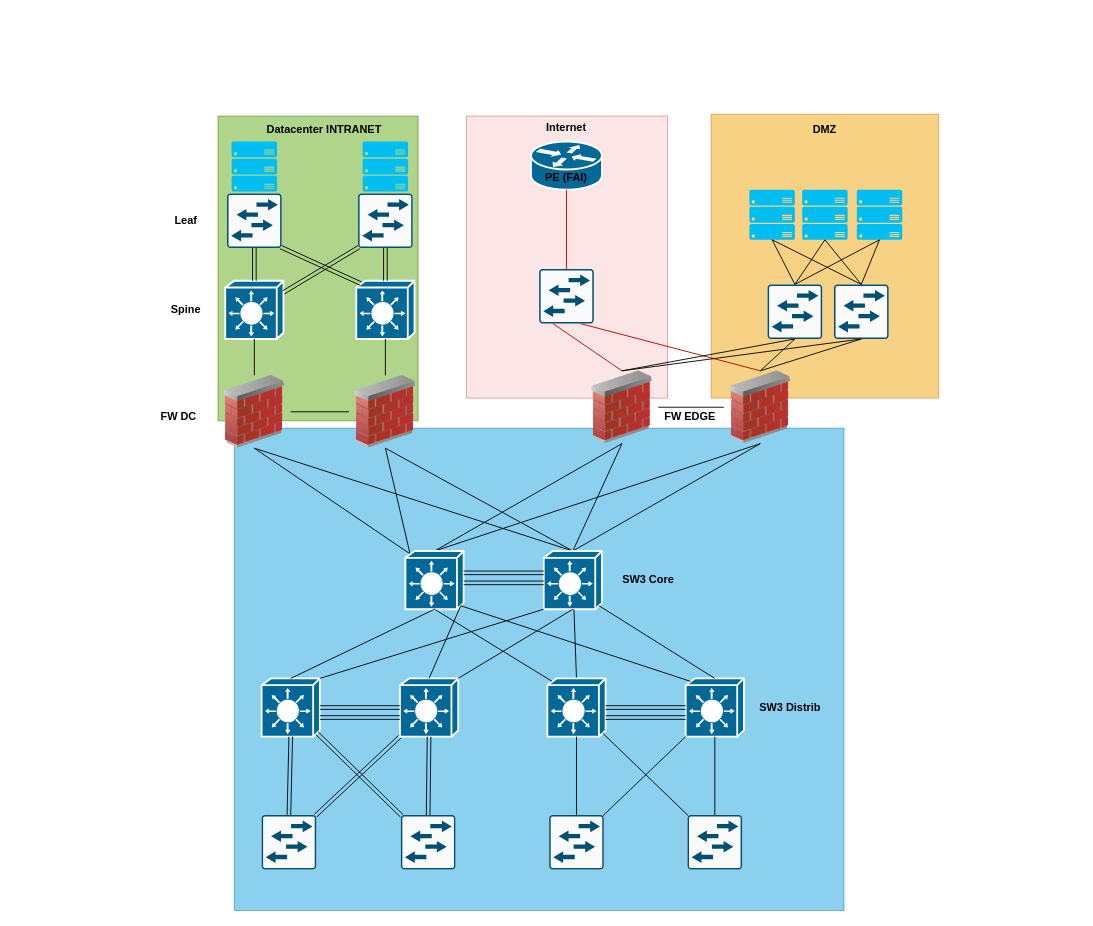
Above: page "Cas simple" (2 of 3) of ARCHI.drawio in egoMasa/HomeLab (draw.io), before the change. Source tidied: cells renumbered, new cells numbered last; positions are measured from the earlier drawing's top-left corner, leaving out a move shared by most shapes. Both pictures are drawn from the tidied source at 91%, with x=0, y=0 at pixel (139, 114). Pictures stored in the file or linked from it are replaced by grey dashed boxes.
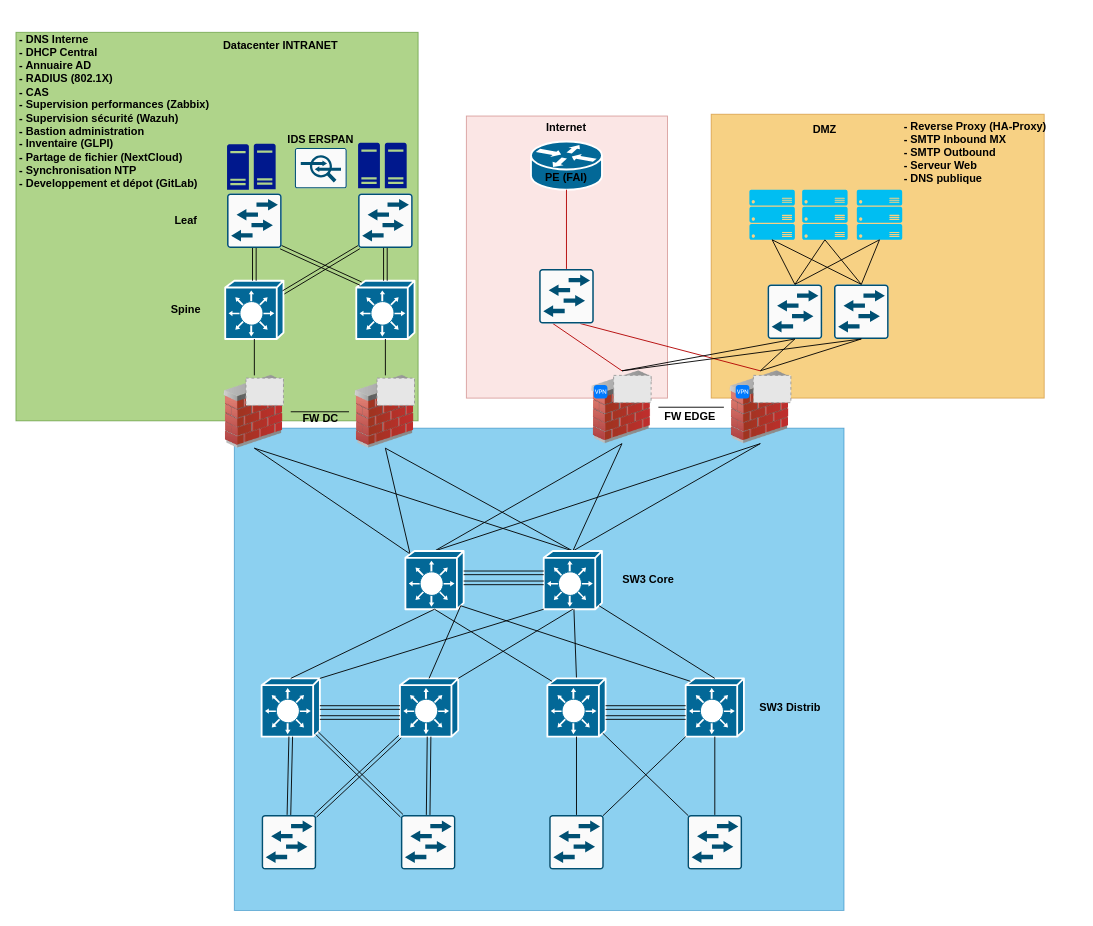
Above is the later version.

Commit message:
Mettre à jour ARCHI.drawio

Change to the diagram source:
```diff
@@
     <mxCell id="2" style="whiteSpace=wrap;html=1;fillColor=#f0a30a;strokeColor=#BD7000;opacity=50;fontColor=#000000;" parent="1" vertex="1">
-      <mxGeometry x="628" width="250" height="312" as="geometry" />
+      <mxGeometry x="628" width="366" height="312" as="geometry" />
     </mxCell>
@@
     <mxCell id="4" style="whiteSpace=wrap;html=1;fillColor=#60a917;strokeColor=#2D7600;opacity=50;fontColor=#ffffff;" parent="1" vertex="1">
-      <mxGeometry x="86" y="2" width="220" height="335" as="geometry" />
+      <mxGeometry x="-136" y="-90" width="442" height="427" as="geometry" />
     </mxCell>
@@
     <mxCell id="51" value="Datacenter INTRANET" style="text;strokeColor=none;align=center;fillColor=none;html=1;verticalAlign=middle;whiteSpace=wrap;rounded=0;fontStyle=1;" parent="1" vertex="1">
-      <mxGeometry x="133" y="2" width="140" height="30" as="geometry" />
+      <mxGeometry x="85" y="-90" width="140" height="30" as="geometry" />
     </mxCell>
@@
     <mxCell id="60" value="FW DC" style="text;strokeColor=none;align=center;fillColor=none;html=1;verticalAlign=middle;whiteSpace=wrap;rounded=0;fontStyle=1;" parent="1" vertex="1">
-      <mxGeometry y="317" width="86" height="30" as="geometry" />
+      <mxGeometry x="156" y="320" width="86" height="30" as="geometry" />
     </mxCell>
@@
-    <mxCell id="78" style="verticalLabelPosition=bottom;html=1;verticalAlign=top;align=center;strokeColor=none;fillColor=#00BEF2;shape=mxgraph.azure.server_rack;" parent="1" vertex="1">
-      <mxGeometry x="245" y="30" width="50" height="55" as="geometry" />
-    </mxCell>
-    <mxCell id="79" style="verticalLabelPosition=bottom;html=1;verticalAlign=top;align=center;strokeColor=none;fillColor=#00BEF2;shape=mxgraph.azure.server_rack;" parent="1" vertex="1">
-      <mxGeometry x="101" y="30" width="50" height="55" as="geometry" />
-    </mxCell>
@@
+    <mxCell id="94" style="sketch=0;verticalLabelPosition=bottom;html=1;verticalAlign=top;align=center;shape=mxgraph.cisco19.rect;prIcon=ips_ids;fillColor=#FAFAFA;strokeColor=#005073;" parent="1" vertex="1">
+      <mxGeometry x="170.5" y="37" width="57" height="44.5" as="geometry" />
+    </mxCell>
+    <mxCell id="95" value="IDS ERSPAN" style="text;strokeColor=none;align=center;fillColor=none;html=1;verticalAlign=middle;whiteSpace=wrap;rounded=0;fontStyle=1;" parent="1" vertex="1">
+      <mxGeometry x="154" y="12.5" width="90" height="30" as="geometry" />
+    </mxCell>
+    <mxCell id="96" style="fillColor=#E6E6E6;strokeColor=#999999;dashed=1;verticalLabelPosition=bottom;labelBackgroundColor=default;verticalAlign=top;" parent="1" vertex="1">
+      <mxGeometry x="674.4" y="287" width="41.2" height="30" as="geometry" />
+    </mxCell>
+    <mxCell id="97" style="fillColor=#E6E6E6;strokeColor=#999999;dashed=1;verticalLabelPosition=bottom;labelBackgroundColor=default;verticalAlign=top;" parent="1" vertex="1">
+      <mxGeometry x="520.8" y="287" width="41.2" height="30" as="geometry" />
+    </mxCell>
+    <mxCell id="98" style="fillColor=#E6E6E6;strokeColor=#999999;dashed=1;verticalLabelPosition=bottom;labelBackgroundColor=default;verticalAlign=top;" parent="1" vertex="1">
+      <mxGeometry x="260.8" y="290" width="41.2" height="30" as="geometry" />
+    </mxCell>
+    <mxCell id="99" style="fillColor=#E6E6E6;strokeColor=#999999;dashed=1;verticalLabelPosition=bottom;labelBackgroundColor=default;verticalAlign=top;" parent="1" vertex="1">
+      <mxGeometry x="116.8" y="290" width="41.2" height="30" as="geometry" />
+    </mxCell>
+    <mxCell id="100" value="&lt;div align=&quot;left&quot;&gt;- Reverse Proxy (HA-Proxy)&lt;/div&gt;&lt;div align=&quot;left&quot;&gt;- SMTP Inbound MX&lt;/div&gt;&lt;div align=&quot;left&quot;&gt;- SMTP Outbound&lt;/div&gt;&lt;div align=&quot;left&quot;&gt;- Serveur Web&lt;/div&gt;&lt;div align=&quot;left&quot;&gt;- DNS publique&lt;/div&gt;" style="text;strokeColor=none;align=left;fillColor=none;html=1;verticalAlign=middle;whiteSpace=wrap;rounded=0;fontStyle=1;" parent="1" vertex="1">
+      <mxGeometry x="838" width="192" height="83" as="geometry" />
+    </mxCell>
+    <mxCell id="101" value="&lt;div&gt;- DNS Interne&lt;/div&gt;&lt;div&gt;- DHCP Central&lt;/div&gt;&lt;div&gt;- Annuaire AD&lt;/div&gt;&lt;div&gt;- RADIUS (802.1X)&lt;/div&gt;&lt;div&gt;- CAS&lt;/div&gt;&lt;div&gt;- Supervision performances (Zabbix)&lt;/div&gt;&lt;div&gt;- Supervision sécurité (Wazuh)&lt;/div&gt;&lt;div&gt;- Bastion administration&lt;/div&gt;&lt;div&gt;- Inventaire (GLPI)&lt;/div&gt;&lt;div&gt;- Partage de fichier (NextCloud)&lt;/div&gt;&lt;div&gt;- Synchronisation NTP&lt;/div&gt;&lt;div&gt;- Developpement et dépot (GitLab)&lt;/div&gt;" style="text;strokeColor=none;align=left;fillColor=none;html=1;verticalAlign=middle;whiteSpace=wrap;rounded=0;fontStyle=1;" parent="1" vertex="1">
+      <mxGeometry x="-134" y="-108" width="220" height="210" as="geometry" />
+    </mxCell>
+    <mxCell id="102" style="sketch=0;shadow=0;dashed=0;html=1;strokeColor=none;labelPosition=center;verticalLabelPosition=bottom;verticalAlign=top;align=center;fillColor=#00188D;shape=mxgraph.mscae.enterprise.server_generic;" parent="1" vertex="1">
+      <mxGeometry x="96" y="33" width="24" height="50" as="geometry" />
+    </mxCell>
+    <mxCell id="103" style="sketch=0;shadow=0;dashed=0;html=1;strokeColor=none;labelPosition=center;verticalLabelPosition=bottom;verticalAlign=top;align=center;fillColor=#00188D;shape=mxgraph.mscae.enterprise.server_generic;" parent="1" vertex="1">
+      <mxGeometry x="125.4" y="32.5" width="24" height="50" as="geometry" />
+    </mxCell>
+    <mxCell id="104" style="sketch=0;shadow=0;dashed=0;html=1;strokeColor=none;labelPosition=center;verticalLabelPosition=bottom;verticalAlign=top;align=center;fillColor=#00188D;shape=mxgraph.mscae.enterprise.server_generic;" parent="1" vertex="1">
+      <mxGeometry x="240" y="31.5" width="24" height="50" as="geometry" />
+    </mxCell>
+    <mxCell id="105" style="sketch=0;shadow=0;dashed=0;html=1;strokeColor=none;labelPosition=center;verticalLabelPosition=bottom;verticalAlign=top;align=center;fillColor=#00188D;shape=mxgraph.mscae.enterprise.server_generic;" parent="1" vertex="1">
+      <mxGeometry x="269.4" y="31.5" width="24" height="50" as="geometry" />
+    </mxCell>
+    <mxCell id="106" style="html=1;strokeWidth=1;shadow=0;dashed=0;shape=mxgraph.ios7.misc.vpn;fillColor=#007AFF;strokeColor=none;buttonText=;strokeColor2=#222222;fontColor=#222222;fontSize=8;verticalLabelPosition=bottom;verticalAlign=top;align=center;sketch=0;" parent="1" vertex="1">
+      <mxGeometry x="499" y="297.5" width="15" height="15" as="geometry" />
+    </mxCell>
+    <mxCell id="107" style="html=1;strokeWidth=1;shadow=0;dashed=0;shape=mxgraph.ios7.misc.vpn;fillColor=#007AFF;strokeColor=none;buttonText=;strokeColor2=#222222;fontColor=#222222;fontSize=8;verticalLabelPosition=bottom;verticalAlign=top;align=center;sketch=0;" parent="1" vertex="1">
+      <mxGeometry x="655" y="297.5" width="15" height="15" as="geometry" />
+    </mxCell>
```
